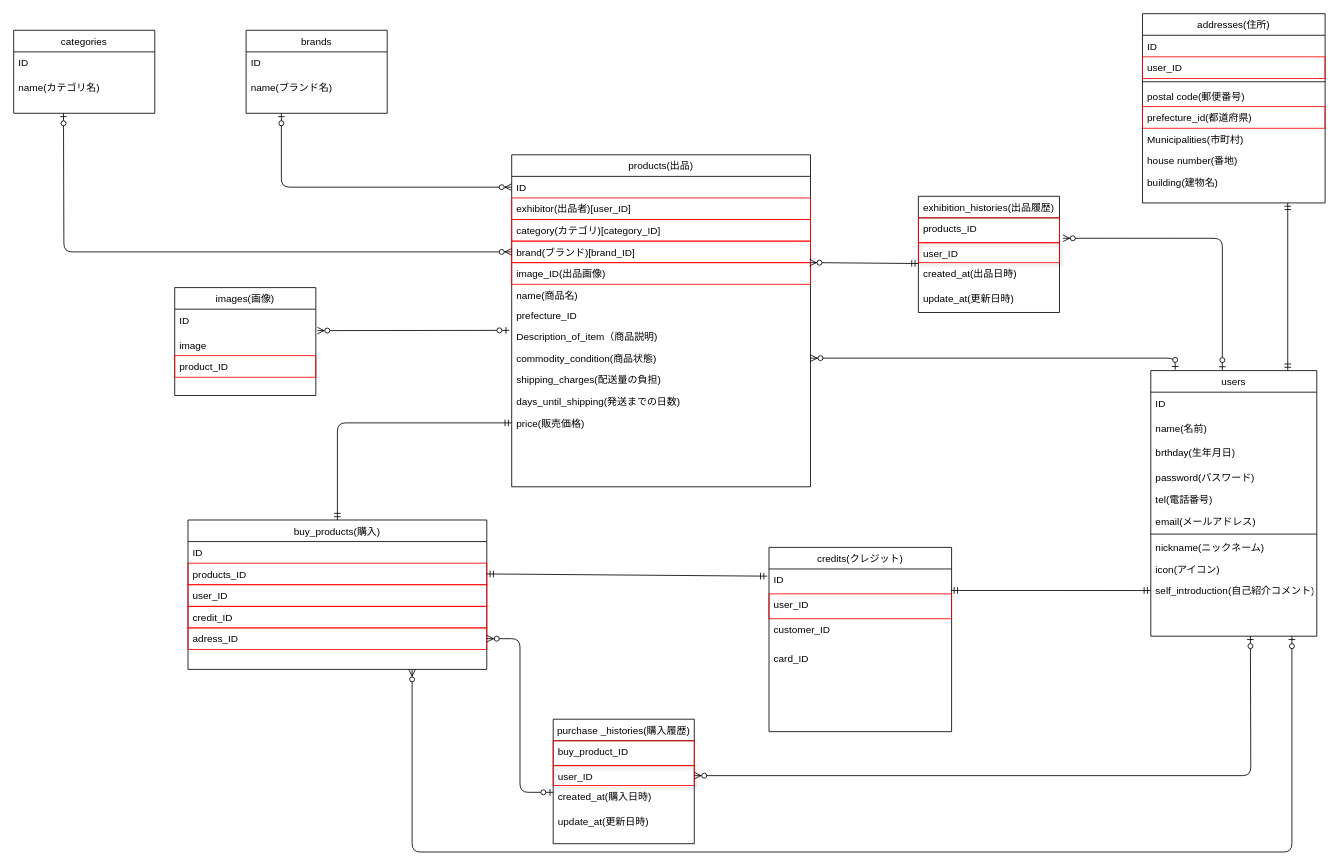
Earlier version of the draw.io diagram ER.drawio (kazumasa1111/merucari). Source tidied: cells renumbered, new cells numbered last; positions are measured from the earlier drawing's top-left corner, leaving out a move shared by most shapes. Both pictures are drawn from the tidied source at 83%, with x=0, y=0 at pixel (13, 13).
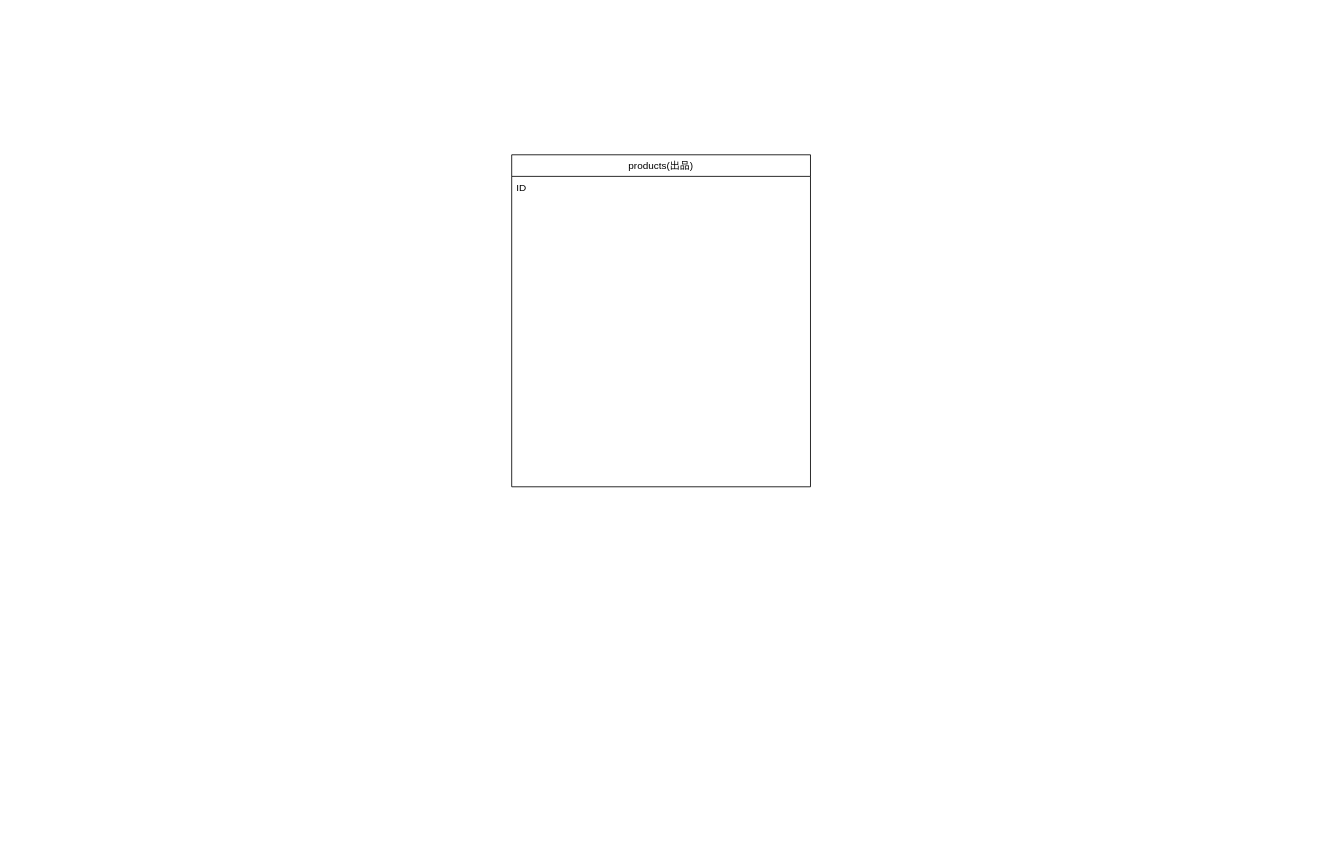
The same page after the edit.

The change refers to these unchanged cells:
```xml
<mxCell id="2" value="products(出品)" style="swimlane;fontStyle=0;align=center;verticalAlign=top;horizontal=1;startSize=26;rounded=0;shadow=0;strokeWidth=1;" parent="1" vertex="1">
  <mxGeometry x="600" y="170" width="360" height="400" as="geometry" />
</mxCell>
<mxCell id="3" value="ID" style="text;align=left;verticalAlign=top;spacingLeft=4;spacingRight=4;overflow=hidden;points=[[0,0.5],[1,0.5]];portConstraint=eastwest;rounded=0;shadow=0;html=0;" parent="2" vertex="1">
  <mxGeometry y="26" width="360" height="26" as="geometry" />
</mxCell>
```

The edit, as a diff of the source:
```diff
@@
-    <mxCell id="4" value="exhibitor(出品者)[user_ID]" style="text;align=left;verticalAlign=top;spacingLeft=4;spacingRight=4;overflow=hidden;strokeColor=#FF0000;" parent="2" vertex="1">
-      <mxGeometry y="52" width="360" height="26" as="geometry" />
-    </mxCell>
-    <mxCell id="5" value="category(カテゴリ)[category_ID]" style="text;align=left;verticalAlign=top;spacingLeft=4;spacingRight=4;overflow=hidden;rounded=0;shadow=0;html=0;strokeColor=#FF0000;" parent="2" vertex="1">
-      <mxGeometry y="78" width="360" height="26" as="geometry" />
-    </mxCell>
-    <mxCell id="6" value="brand(ブランド)[brand_ID]" style="text;align=left;verticalAlign=top;spacingLeft=4;spacingRight=4;overflow=hidden;points=[[0,0.5],[1,0.5]];portConstraint=eastwest;rounded=0;shadow=0;html=0;strokeColor=#FF0000;" parent="2" vertex="1">
-      <mxGeometry y="104" width="360" height="26" as="geometry" />
-    </mxCell>
-    <mxCell id="7" value="image_ID(出品画像)" style="text;align=left;verticalAlign=top;spacingLeft=4;spacingRight=4;overflow=hidden;rounded=0;shadow=0;html=0;strokeColor=#FF0000;" parent="2" vertex="1">
-      <mxGeometry y="130" width="360" height="26" as="geometry" />
-    </mxCell>
-    <mxCell id="8" value="name(商品名)" style="text;align=left;verticalAlign=top;spacingLeft=4;spacingRight=4;overflow=hidden;rounded=0;shadow=0;html=0;" parent="2" vertex="1">
-      <mxGeometry y="156" width="360" height="24" as="geometry" />
-    </mxCell>
-    <mxCell id="9" value="prefecture_ID" style="text;align=left;verticalAlign=top;spacingLeft=4;spacingRight=4;overflow=hidden;rounded=0;shadow=1;html=0;strokeColor=none;" parent="2" vertex="1">
-      <mxGeometry y="180" width="360" height="26" as="geometry" />
-    </mxCell>
-    <mxCell id="10" value="Description_of_item（商品説明)" style="text;align=left;verticalAlign=top;spacingLeft=4;spacingRight=4;overflow=hidden;points=[[0,0.5],[1,0.5]];portConstraint=eastwest;rounded=0;shadow=0;html=0;" parent="2" vertex="1">
-      <mxGeometry y="206" width="360" height="26" as="geometry" />
-    </mxCell>
-    <mxCell id="11" value="commodity_condition(商品状態)" style="text;align=left;verticalAlign=top;spacingLeft=4;spacingRight=4;overflow=hidden;points=[[0,0.5],[1,0.5]];portConstraint=eastwest;rounded=0;shadow=0;html=0;" parent="2" vertex="1">
-      <mxGeometry y="232" width="360" height="26" as="geometry" />
-    </mxCell>
-    <mxCell id="12" value="shipping_charges(配送量の負担)" style="text;align=left;verticalAlign=top;spacingLeft=4;spacingRight=4;overflow=hidden;rounded=0;shadow=0;html=0;" parent="2" vertex="1">
-      <mxGeometry y="258" width="360" height="26" as="geometry" />
-    </mxCell>
-    <mxCell id="13" value="days_until_shipping(発送までの日数)" style="text;align=left;verticalAlign=top;spacingLeft=4;spacingRight=4;overflow=hidden;rounded=0;shadow=0;html=0;" parent="2" vertex="1">
-      <mxGeometry y="284" width="360" height="26" as="geometry" />
-    </mxCell>
-    <mxCell id="14" value="price(販売価格)" style="text;align=left;verticalAlign=top;spacingLeft=4;spacingRight=4;overflow=hidden;points=[[0,0.5],[1,0.5]];portConstraint=eastwest;rounded=0;shadow=0;html=0;" parent="2" vertex="1">
-      <mxGeometry y="310" width="360" height="26" as="geometry" />
-    </mxCell>
-    <mxCell id="15" value="addresses(住所)" style="swimlane;fontStyle=0;align=center;verticalAlign=top;horizontal=1;startSize=26;rounded=0;shadow=0;strokeWidth=1;" parent="1" vertex="1">
-      <mxGeometry x="1360" width="220" height="228" as="geometry" />
-    </mxCell>
-    <mxCell id="16" value="ID" style="text;align=left;verticalAlign=top;spacingLeft=4;spacingRight=4;overflow=hidden;rounded=0;shadow=0;html=0;" parent="15" vertex="1">
-      <mxGeometry y="26" width="220" height="26" as="geometry" />
-    </mxCell>
-    <mxCell id="17" value="user_ID" style="text;align=left;verticalAlign=top;spacingLeft=4;spacingRight=4;overflow=hidden;rounded=0;shadow=0;html=0;strokeColor=#FF0000;" parent="15" vertex="1">
-      <mxGeometry y="52" width="220" height="26" as="geometry" />
-    </mxCell>
-    <mxCell id="18" style="line;html=1;strokeWidth=1;align=left;verticalAlign=middle;spacingTop=-1;spacingLeft=3;spacingRight=3;labelPosition=right;" parent="15" vertex="1">
-      <mxGeometry y="78" width="220" height="8" as="geometry" />
-    </mxCell>
-    <mxCell id="19" value="postal code(郵便番号)" style="text;align=left;verticalAlign=top;spacingLeft=4;spacingRight=4;overflow=hidden;" parent="15" vertex="1">
-      <mxGeometry y="86" width="220" height="26" as="geometry" />
-    </mxCell>
-    <mxCell id="20" value="prefecture_id(都道府県)" style="text;align=left;verticalAlign=top;spacingLeft=4;spacingRight=4;overflow=hidden;strokeColor=#FF0000;" parent="15" vertex="1">
-      <mxGeometry y="112" width="220" height="26" as="geometry" />
-    </mxCell>
-    <mxCell id="21" value="Municipalities(市町村)" style="text;align=left;verticalAlign=top;spacingLeft=4;spacingRight=4;overflow=hidden;" parent="15" vertex="1">
-      <mxGeometry y="138" width="220" height="26" as="geometry" />
-    </mxCell>
-    <mxCell id="22" value="house number(番地)" style="text;align=left;verticalAlign=top;spacingLeft=4;spacingRight=4;overflow=hidden;rounded=0;shadow=0;html=0;" parent="15" vertex="1">
-      <mxGeometry y="164" width="220" height="26" as="geometry" />
-    </mxCell>
-    <mxCell id="23" value="building(建物名)" style="text;align=left;verticalAlign=top;spacingLeft=4;spacingRight=4;overflow=hidden;rounded=0;shadow=0;html=0;" parent="15" vertex="1">
-      <mxGeometry y="190" width="220" height="26" as="geometry" />
-    </mxCell>
-    <mxCell id="24" value="users" style="swimlane;fontStyle=0;align=center;verticalAlign=top;horizontal=1;startSize=26;rounded=0;shadow=0;strokeWidth=1;" parent="1" vertex="1">
-      <mxGeometry x="1370" y="430" width="200" height="320" as="geometry" />
-    </mxCell>
-    <mxCell id="25" value="ID" style="text;align=left;verticalAlign=top;spacingLeft=4;spacingRight=4;overflow=hidden;" parent="24" vertex="1">
-      <mxGeometry y="26" width="200" height="30" as="geometry" />
-    </mxCell>
-    <mxCell id="26" value="name(名前)" style="text;align=left;verticalAlign=top;spacingLeft=4;spacingRight=4;overflow=hidden;" parent="24" vertex="1">
-      <mxGeometry y="56" width="200" height="30" as="geometry" />
-    </mxCell>
-    <mxCell id="27" value="brthday(生年月日)" style="text;align=left;verticalAlign=top;spacingLeft=4;spacingRight=4;overflow=hidden;" parent="24" vertex="1">
-      <mxGeometry y="86" width="200" height="30" as="geometry" />
-    </mxCell>
-    <mxCell id="28" value="password(パスワード)" style="text;align=left;verticalAlign=top;spacingLeft=4;spacingRight=4;overflow=hidden;" parent="24" vertex="1">
-      <mxGeometry y="116" width="200" height="26" as="geometry" />
-    </mxCell>
-    <mxCell id="29" value="tel(電話番号)" style="text;align=left;verticalAlign=top;spacingLeft=4;spacingRight=4;overflow=hidden;" parent="24" vertex="1">
-      <mxGeometry y="142" width="200" height="26" as="geometry" />
-    </mxCell>
-    <mxCell id="30" value="email(メールアドレス)" style="text;align=left;verticalAlign=top;spacingLeft=4;spacingRight=4;overflow=hidden;" parent="24" vertex="1">
-      <mxGeometry y="168" width="200" height="26" as="geometry" />
-    </mxCell>
-    <mxCell id="31" style="line;html=1;strokeWidth=1;align=left;verticalAlign=middle;spacingTop=-1;spacingLeft=3;spacingRight=3;labelPosition=right;" parent="24" vertex="1">
-      <mxGeometry y="194" width="200" height="6" as="geometry" />
-    </mxCell>
-    <mxCell id="32" value="nickname(ニックネーム)" style="text;align=left;verticalAlign=top;spacingLeft=4;spacingRight=4;overflow=hidden;" parent="24" vertex="1">
-      <mxGeometry y="200" width="200" height="26" as="geometry" />
-    </mxCell>
-    <mxCell id="33" value="icon(アイコン)" style="text;align=left;verticalAlign=top;spacingLeft=4;spacingRight=4;overflow=hidden;" parent="24" vertex="1">
-      <mxGeometry y="226" width="200" height="26" as="geometry" />
-    </mxCell>
-    <mxCell id="34" value="self_introduction(自己紹介コメント)" style="text;align=left;verticalAlign=top;spacingLeft=4;spacingRight=4;overflow=hidden;points=[[0,0.5],[1,0.5]];portConstraint=eastwest;" parent="24" vertex="1">
-      <mxGeometry y="252" width="200" height="26" as="geometry" />
-    </mxCell>
-    <mxCell id="35" style="fontSize=12;html=1;endArrow=ERmandOne;startArrow=ERmandOne;entryX=0.5;entryY=0;entryDx=0;entryDy=0;exitX=0.5;exitY=1;exitDx=0;exitDy=0;" parent="1" edge="1">
-      <mxGeometry relative="1" as="geometry">
-        <mxPoint x="1535" y="228" as="sourcePoint" />
-        <mxPoint x="1535" y="430" as="targetPoint" />
-      </mxGeometry>
-    </mxCell>
-    <mxCell id="36" value="credits(クレジット)" style="swimlane;fontStyle=0;align=center;verticalAlign=top;horizontal=1;startSize=26;rounded=0;shadow=0;strokeWidth=1;" parent="1" vertex="1">
-      <mxGeometry x="910" y="643" width="220" height="222" as="geometry" />
-    </mxCell>
-    <mxCell id="37" value="ID" style="text;align=left;verticalAlign=top;spacingLeft=4;spacingRight=4;overflow=hidden;points=[[0,0.5],[1,0.5]];portConstraint=eastwest;" parent="36" vertex="1">
-      <mxGeometry y="26" width="220" height="30" as="geometry" />
-    </mxCell>
-    <mxCell id="38" value="user_ID" style="text;align=left;verticalAlign=top;spacingLeft=4;spacingRight=4;overflow=hidden;points=[[0,0.5],[1,0.5]];portConstraint=eastwest;strokeColor=#FF0000;" parent="36" vertex="1">
-      <mxGeometry y="56" width="220" height="30" as="geometry" />
-    </mxCell>
-    <mxCell id="39" value="customer_ID" style="text;align=left;verticalAlign=top;spacingLeft=4;spacingRight=4;overflow=hidden;" parent="36" vertex="1">
-      <mxGeometry y="86" width="220" height="34" as="geometry" />
-    </mxCell>
-    <mxCell id="40" value="card_ID" style="text;align=left;verticalAlign=top;spacingLeft=4;spacingRight=4;overflow=hidden;" parent="36" vertex="1">
-      <mxGeometry y="120" width="220" height="34" as="geometry" />
-    </mxCell>
-    <mxCell id="41" style="fontSize=12;html=1;endArrow=ERmandOne;startArrow=ERmandOne;exitX=0.996;exitY=-0.137;exitDx=0;exitDy=0;exitPerimeter=0;entryX=0;entryY=0.5;entryDx=0;entryDy=0;" parent="1" edge="1" source="38" target="34">
-      <mxGeometry relative="1" as="geometry" />
-    </mxCell>
-    <mxCell id="42" value="brands" style="swimlane;fontStyle=0;align=center;verticalAlign=top;horizontal=1;startSize=26;rounded=0;shadow=0;strokeWidth=1;" parent="1" vertex="1">
-      <mxGeometry x="280" y="20" width="170" height="100" as="geometry" />
-    </mxCell>
-    <mxCell id="43" value="ID" style="text;align=left;verticalAlign=top;spacingLeft=4;spacingRight=4;overflow=hidden;" parent="42" vertex="1">
-      <mxGeometry y="26" width="170" height="30" as="geometry" />
-    </mxCell>
-    <mxCell id="44" value="name(ブランド名)" style="text;align=left;verticalAlign=top;spacingLeft=4;spacingRight=4;overflow=hidden;" parent="42" vertex="1">
-      <mxGeometry y="56" width="170" height="30" as="geometry" />
-    </mxCell>
-    <mxCell id="45" value="categories" style="swimlane;fontStyle=0;align=center;verticalAlign=top;horizontal=1;startSize=26;rounded=0;shadow=0;strokeWidth=1;" parent="1" vertex="1">
-      <mxGeometry y="20" width="170" height="100" as="geometry" />
-    </mxCell>
-    <mxCell id="46" value="ID" style="text;align=left;verticalAlign=top;spacingLeft=4;spacingRight=4;overflow=hidden;" parent="45" vertex="1">
-      <mxGeometry y="26" width="170" height="30" as="geometry" />
-    </mxCell>
-    <mxCell id="47" value="name(カテゴリ名)" style="text;align=left;verticalAlign=top;spacingLeft=4;spacingRight=4;overflow=hidden;" parent="45" vertex="1">
-      <mxGeometry y="56" width="170" height="30" as="geometry" />
-    </mxCell>
-    <mxCell id="48" style="edgeStyle=orthogonalEdgeStyle;fontSize=12;html=1;endArrow=ERzeroToMany;startArrow=ERzeroToOne;entryX=0;entryY=0.5;entryDx=0;entryDy=0;" parent="1" edge="1" target="6">
-      <mxGeometry relative="1" as="geometry">
-        <mxPoint x="60" y="120" as="sourcePoint" />
-      </mxGeometry>
-    </mxCell>
-    <mxCell id="49" style="edgeStyle=orthogonalEdgeStyle;fontSize=12;html=1;endArrow=ERzeroToMany;startArrow=ERzeroToOne;exitX=0.25;exitY=1;exitDx=0;exitDy=0;entryX=0;entryY=0.5;entryDx=0;entryDy=0;" parent="1" edge="1" source="42" target="3">
-      <mxGeometry relative="1" as="geometry" />
-    </mxCell>
-    <mxCell id="50" value="buy_products(購入)" style="swimlane;fontStyle=0;align=center;verticalAlign=top;horizontal=1;startSize=26;rounded=0;shadow=0;strokeWidth=1;" parent="1" vertex="1">
-      <mxGeometry x="210" y="610" width="360" height="180" as="geometry" />
-    </mxCell>
-    <mxCell id="51" value="ID" style="text;align=left;verticalAlign=top;spacingLeft=4;spacingRight=4;overflow=hidden;rounded=0;shadow=0;html=0;" parent="50" vertex="1">
-      <mxGeometry y="26" width="360" height="26" as="geometry" />
-    </mxCell>
-    <mxCell id="52" value="products_ID" style="text;align=left;verticalAlign=top;spacingLeft=4;spacingRight=4;overflow=hidden;points=[[0,0.5],[1,0.5]];portConstraint=eastwest;rounded=0;shadow=0;html=0;strokeColor=#FF0000;" parent="50" vertex="1">
-      <mxGeometry y="52" width="360" height="26" as="geometry" />
-    </mxCell>
-    <mxCell id="53" value="user_ID" style="text;align=left;verticalAlign=top;spacingLeft=4;spacingRight=4;overflow=hidden;strokeColor=#FF0000;" parent="50" vertex="1">
-      <mxGeometry y="78" width="360" height="26" as="geometry" />
-    </mxCell>
-    <mxCell id="54" value="credit_ID" style="text;align=left;verticalAlign=top;spacingLeft=4;spacingRight=4;overflow=hidden;rounded=0;shadow=0;html=0;strokeColor=#FF0000;" parent="50" vertex="1">
-      <mxGeometry y="104" width="360" height="26" as="geometry" />
-    </mxCell>
-    <mxCell id="55" value="adress_ID" style="text;align=left;verticalAlign=top;spacingLeft=4;spacingRight=4;overflow=hidden;points=[[0,0.5],[1,0.5]];portConstraint=eastwest;rounded=0;shadow=0;html=0;strokeColor=#FF0000;" parent="50" vertex="1">
-      <mxGeometry y="130" width="360" height="26" as="geometry" />
-    </mxCell>
-    <mxCell id="56" style="edgeStyle=orthogonalEdgeStyle;fontSize=12;html=1;endArrow=ERmandOne;startArrow=ERmandOne;exitX=0.5;exitY=0;exitDx=0;exitDy=0;entryX=0;entryY=0.5;entryDx=0;entryDy=0;" parent="1" edge="1" source="50" target="14">
-      <mxGeometry relative="1" as="geometry" />
-    </mxCell>
-    <mxCell id="57" value="exhibition_histories(出品履歴)" style="swimlane;fontStyle=0;align=center;verticalAlign=top;horizontal=1;startSize=26;rounded=0;shadow=0;strokeWidth=1;" parent="1" vertex="1">
-      <mxGeometry x="1090" y="220" width="170" height="140" as="geometry" />
-    </mxCell>
-    <mxCell id="58" value="products_ID" style="text;align=left;verticalAlign=top;spacingLeft=4;spacingRight=4;overflow=hidden;strokeColor=#FF0000;" parent="57" vertex="1">
-      <mxGeometry y="26" width="170" height="30" as="geometry" />
-    </mxCell>
-    <mxCell id="59" value="user_ID" style="text;align=left;verticalAlign=top;spacingLeft=4;spacingRight=4;overflow=hidden;points=[[0,0.5],[1,0.5]];portConstraint=eastwest;shadow=1;strokeColor=#FF0000;" parent="57" vertex="1">
-      <mxGeometry y="56" width="170" height="24" as="geometry" />
-    </mxCell>
-    <mxCell id="60" value="created_at(出品日時)" style="text;align=left;verticalAlign=top;spacingLeft=4;spacingRight=4;overflow=hidden;" parent="57" vertex="1">
-      <mxGeometry y="80" width="170" height="30" as="geometry" />
-    </mxCell>
-    <mxCell id="61" value="update_at(更新日時)" style="text;align=left;verticalAlign=top;spacingLeft=4;spacingRight=4;overflow=hidden;" parent="57" vertex="1">
-      <mxGeometry y="110" width="170" height="30" as="geometry" />
-    </mxCell>
-    <mxCell id="62" value="images(画像)" style="swimlane;fontStyle=0;align=center;verticalAlign=top;horizontal=1;startSize=26;rounded=0;shadow=0;strokeWidth=1;" parent="1" vertex="1">
-      <mxGeometry x="194" y="330" width="170" height="130" as="geometry" />
-    </mxCell>
-    <mxCell id="63" value="ID" style="text;align=left;verticalAlign=top;spacingLeft=4;spacingRight=4;overflow=hidden;points=[[0,0.5],[1,0.5]];portConstraint=eastwest;" parent="62" vertex="1">
-      <mxGeometry y="26" width="170" height="30" as="geometry" />
-    </mxCell>
-    <mxCell id="64" value="image" style="text;align=left;verticalAlign=top;spacingLeft=4;spacingRight=4;overflow=hidden;strokeColor=none;" parent="62" vertex="1">
-      <mxGeometry y="56" width="170" height="26" as="geometry" />
-    </mxCell>
-    <mxCell id="65" value="product_ID" style="text;align=left;verticalAlign=top;spacingLeft=4;spacingRight=4;overflow=hidden;strokeColor=#FF0000;" parent="62" vertex="1">
-      <mxGeometry y="82" width="170" height="26" as="geometry" />
-    </mxCell>
-    <mxCell id="66" value="purchase _histories(購入履歴)" style="swimlane;fontStyle=0;align=center;verticalAlign=top;horizontal=1;startSize=26;rounded=0;shadow=0;strokeWidth=1;" parent="1" vertex="1">
-      <mxGeometry x="650" y="850" width="170" height="150" as="geometry" />
-    </mxCell>
-    <mxCell id="67" value="buy_product_ID" style="text;align=left;verticalAlign=top;spacingLeft=4;spacingRight=4;overflow=hidden;strokeColor=#FF0000;" parent="66" vertex="1">
-      <mxGeometry y="26" width="170" height="30" as="geometry" />
-    </mxCell>
-    <mxCell id="68" value="user_ID" style="text;align=left;verticalAlign=top;spacingLeft=4;spacingRight=4;overflow=hidden;points=[[0,0.5],[1,0.5]];portConstraint=eastwest;shadow=1;strokeColor=#FF0000;" parent="66" vertex="1">
-      <mxGeometry y="56" width="170" height="24" as="geometry" />
-    </mxCell>
-    <mxCell id="69" value="created_at(購入日時)" style="text;align=left;verticalAlign=top;spacingLeft=4;spacingRight=4;overflow=hidden;points=[[0,0.5],[1,0.5]];portConstraint=eastwest;" parent="66" vertex="1">
-      <mxGeometry y="80" width="170" height="30" as="geometry" />
-    </mxCell>
-    <mxCell id="70" value="update_at(更新日時)" style="text;align=left;verticalAlign=top;spacingLeft=4;spacingRight=4;overflow=hidden;" parent="66" vertex="1">
-      <mxGeometry y="110" width="170" height="30" as="geometry" />
-    </mxCell>
-    <mxCell id="71" style="edgeStyle=orthogonalEdgeStyle;fontSize=12;html=1;endArrow=ERzeroToMany;startArrow=ERzeroToOne;exitX=0.001;exitY=0.27;exitDx=0;exitDy=0;exitPerimeter=0;" parent="1" edge="1" source="69" target="55">
-      <mxGeometry relative="1" as="geometry" />
-    </mxCell>
-    <mxCell id="72" style="edgeStyle=orthogonalEdgeStyle;fontSize=12;html=1;endArrow=ERzeroToMany;startArrow=ERzeroToOne;entryX=1;entryY=0.5;entryDx=0;entryDy=0;" parent="1" edge="1" target="68">
-      <mxGeometry relative="1" as="geometry">
-        <mxPoint x="1490" y="750" as="sourcePoint" />
-      </mxGeometry>
-    </mxCell>
-    <mxCell id="73" style="fontSize=12;html=1;endArrow=ERmandOne;startArrow=ERmandOne;exitX=1;exitY=0.5;exitDx=0;exitDy=0;entryX=-0.01;entryY=0.289;entryDx=0;entryDy=0;entryPerimeter=0;" parent="1" edge="1" source="52" target="37">
-      <mxGeometry relative="1" as="geometry" />
-    </mxCell>
-    <mxCell id="74" style="edgeStyle=orthogonalEdgeStyle;fontSize=12;html=1;endArrow=ERzeroToMany;startArrow=ERzeroToOne;exitX=0.431;exitY=-0.002;exitDx=0;exitDy=0;exitPerimeter=0;entryX=1.024;entryY=-0.227;entryDx=0;entryDy=0;entryPerimeter=0;" parent="1" edge="1" source="24" target="59">
-      <mxGeometry relative="1" as="geometry" />
-    </mxCell>
-    <mxCell id="75" style="fontSize=12;html=1;endArrow=ERzeroToMany;startArrow=ERmandOne;exitX=0;exitY=0.5;exitDx=0;exitDy=0;entryX=0.997;entryY=-0.004;entryDx=0;entryDy=0;entryPerimeter=0;" parent="1" edge="1">
-      <mxGeometry relative="1" as="geometry">
-        <mxPoint x="1090" y="301" as="sourcePoint" />
-        <mxPoint x="958.9" y="299.9" as="targetPoint" />
-      </mxGeometry>
-    </mxCell>
-    <mxCell id="76" style="edgeStyle=orthogonalEdgeStyle;fontSize=12;html=1;endArrow=ERzeroToMany;startArrow=ERzeroToOne;entryX=1;entryY=0.5;entryDx=0;entryDy=0;exitX=0.147;exitY=-0.003;exitDx=0;exitDy=0;exitPerimeter=0;" parent="1" edge="1" source="24" target="11">
-      <mxGeometry relative="1" as="geometry" />
-    </mxCell>
-    <mxCell id="77" style="edgeStyle=orthogonalEdgeStyle;fontSize=12;html=1;endArrow=ERzeroToMany;startArrow=ERzeroToOne;entryX=0.75;entryY=1;entryDx=0;entryDy=0;" parent="1" edge="1" target="50">
-      <mxGeometry relative="1" as="geometry">
-        <mxPoint x="1540" y="750" as="sourcePoint" />
-        <Array as="points">
-          <mxPoint x="1540" y="1010" />
-          <mxPoint x="480" y="1010" />
-        </Array>
-      </mxGeometry>
-    </mxCell>
-    <mxCell id="78" style="fontSize=12;html=1;endArrow=ERzeroToMany;startArrow=ERzeroToOne;entryX=1.011;entryY=0.861;entryDx=0;entryDy=0;entryPerimeter=0;exitX=-0.008;exitY=0.212;exitDx=0;exitDy=0;exitPerimeter=0;" parent="1" edge="1" source="10" target="63">
-      <mxGeometry relative="1" as="geometry" />
-    </mxCell>
```
